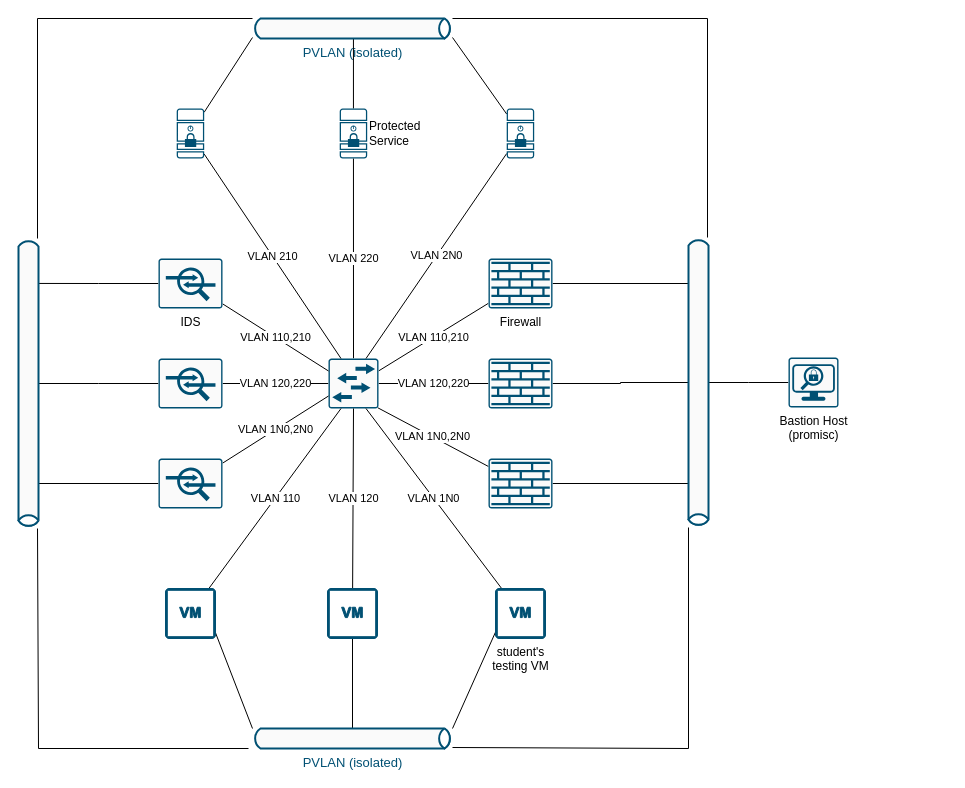
Before: page "lab-fw" (1 of 2) of doc/Firewall-LAB-PW.drawio in cmosek/spzc-lab-fw, a draw.io diagram. Source tidied: cells renumbered, new cells numbered last; positions are measured from the earlier drawing's top-left corner, leaving out a move shared by most shapes. Both pictures are drawn from the tidied source at 100%, with x=0, y=0 at pixel (18, 18).
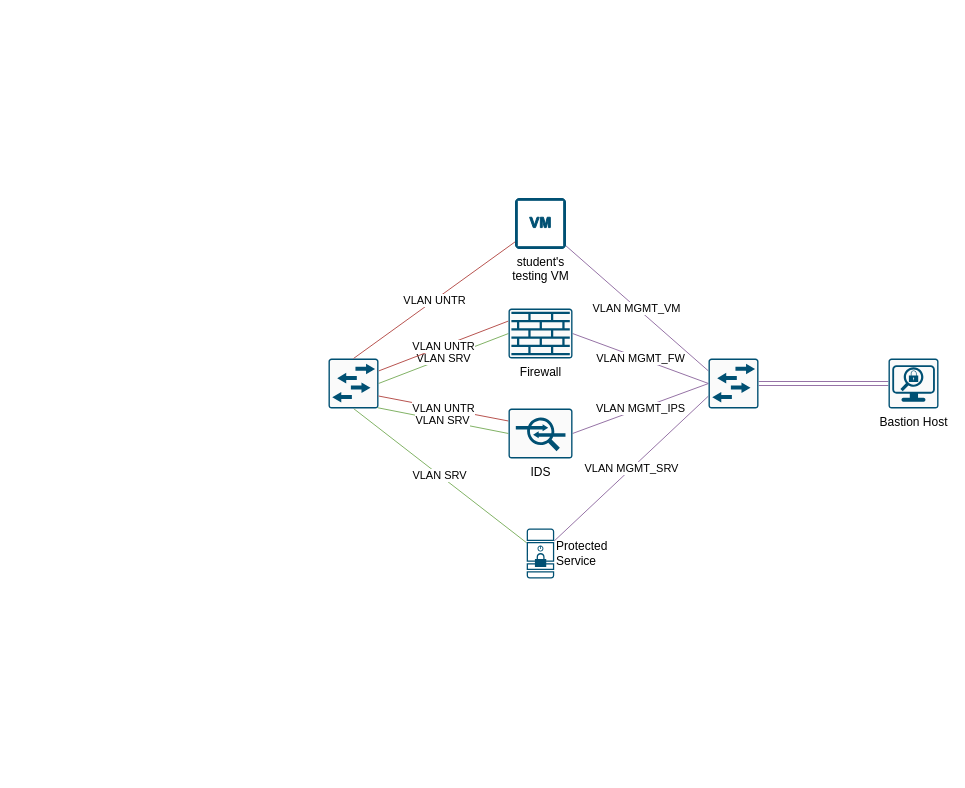
Above is the later version.

Commit message (it also covers changes not shown here):
lab schema

The change refers to these unchanged cells:
```xml
<mxCell id="19" style="points=[[0.015,0.015,0],[0.985,0.015,0],[0.985,0.985,0],[0.015,0.985,0],[0.25,0,0],[0.5,0,0],[0.75,0,0],[1,0.25,0],[1,0.5,0],[1,0.75,0],[0.75,1,0],[0.5,1,0],[0.25,1,0],[0,0.75,0],[0,0.5,0],[0,0.25,0]];verticalLabelPosition=bottom;html=1;verticalAlign=top;align=center;shape=mxgraph.cisco19.rect;prIcon=l2_switch;fillColor=#FAFAFA;strokeColor=#005073;" parent="1" vertex="1">
  <mxGeometry x="310" y="340" width="50" height="50" as="geometry" />
</mxCell>
```

What changed in the source:
```diff
@@
-    <mxCell id="2" style="edgeStyle=none;rounded=0;jettySize=auto;html=1;endArrow=none;endFill=0;strokeColor=#000000;fontSize=13;" parent="1" edge="1" source="4" target="48">
-      <mxGeometry relative="1" as="geometry" />
-    </mxCell>
-    <mxCell id="3" value="VLAN 220" style="edgeStyle=none;rounded=0;jettySize=auto;html=1;entryX=0.5;entryY=0;entryDx=0;entryDy=0;entryPerimeter=0;endArrow=none;endFill=0;strokeColor=#000000;fontSize=11;" parent="1" edge="1" source="4" target="19">
+    <mxCell id="3" value="VLAN SRV" style="edgeStyle=none;rounded=0;jettySize=auto;html=1;entryX=0.5;entryY=1;entryDx=0;entryDy=0;entryPerimeter=0;endArrow=none;endFill=0;strokeColor=#82b366;fontSize=11;fillColor=#d5e8d4;" parent="1" edge="1" source="4" target="19">
       <mxGeometry relative="1" as="geometry" />
     </mxCell>
+    <mxCell id="49" value="VLAN MGMT_SRV" style="edgeStyle=none;rounded=0;jettySize=auto;html=1;exitX=1;exitY=0.25;exitDx=0;exitDy=0;exitPerimeter=0;entryX=0;entryY=0.75;entryDx=0;entryDy=0;entryPerimeter=0;endArrow=none;endFill=0;fillColor=#e1d5e7;strokeColor=#9673a6;" parent="1" edge="1" source="4" target="58">
+      <mxGeometry relative="1" as="geometry" />
+    </mxCell>
     <mxCell id="4" value="&lt;div&gt;Protected &lt;br&gt;&lt;/div&gt;&lt;div&gt;Service&lt;/div&gt;" style="points=[[0.015,0.015,0],[0.985,0.015,0],[0.985,0.985,0],[0.015,0.985,0],[0.25,0,0],[0.5,0,0],[0.75,0,0],[1,0.25,0],[1,0.5,0],[1,0.75,0],[0.75,1,0],[0.5,1,0],[0.25,1,0],[0,0.75,0],[0,0.5,0],[0,0.25,0]];verticalLabelPosition=middle;html=1;verticalAlign=middle;align=left;shape=mxgraph.cisco19.secure_server;fillColor=#005073;strokeColor=none;labelPosition=right;" parent="1" vertex="1">
-      <mxGeometry x="321.2" y="90" width="27.5" height="50" as="geometry" />
+      <mxGeometry x="508.2" y="510" width="27.5" height="50" as="geometry" />
     </mxCell>
-    <mxCell id="5" style="edgeStyle=orthogonalEdgeStyle;rounded=0;jettySize=auto;html=1;entryX=1;entryY=0.5;entryDx=0;entryDy=0;entryPerimeter=0;endArrow=none;endFill=0;strokeColor=#000000;" parent="1" edge="1" source="37" target="8">
-      <mxGeometry relative="1" as="geometry" />
-    </mxCell>
-    <mxCell id="6" style="edgeStyle=none;rounded=0;jettySize=auto;html=1;entryX=1;entryY=0.5;entryDx=0;entryDy=0;entryPerimeter=0;endArrow=none;endFill=0;strokeColor=#000000;" parent="1" edge="1" source="37" target="10">
-      <mxGeometry relative="1" as="geometry" />
-    </mxCell>
-    <mxCell id="7" value="VLAN 120,220" style="edgeStyle=orthogonalEdgeStyle;rounded=0;jettySize=auto;html=1;endArrow=none;endFill=0;entryX=1;entryY=0.5;entryDx=0;entryDy=0;entryPerimeter=0;" parent="1" edge="1" source="8" target="19">
-      <mxGeometry relative="1" as="geometry" />
-    </mxCell>
-    <mxCell id="8" style="points=[[0.015,0.015,0],[0.985,0.015,0],[0.985,0.985,0],[0.015,0.985,0],[0.25,0,0],[0.5,0,0],[0.75,0,0],[1,0.25,0],[1,0.5,0],[1,0.75,0],[0.75,1,0],[0.5,1,0],[0.25,1,0],[0,0.75,0],[0,0.5,0],[0,0.25,0]];verticalLabelPosition=bottom;html=1;verticalAlign=top;align=center;shape=mxgraph.cisco19.rect;prIcon=firewall;fillColor=#FAFAFA;strokeColor=#005073;" parent="1" vertex="1">
-      <mxGeometry x="470" y="340" width="64" height="50" as="geometry" />
-    </mxCell>
-    <mxCell id="9" value="VLAN 1N0,2N0" style="edgeStyle=none;rounded=0;jettySize=auto;html=1;entryX=0.985;entryY=0.985;entryDx=0;entryDy=0;entryPerimeter=0;endArrow=none;endFill=0;strokeColor=#000000;" parent="1" edge="1" source="10" target="19">
-      <mxGeometry relative="1" as="geometry" />
-    </mxCell>
-    <mxCell id="10" style="points=[[0.015,0.015,0],[0.985,0.015,0],[0.985,0.985,0],[0.015,0.985,0],[0.25,0,0],[0.5,0,0],[0.75,0,0],[1,0.25,0],[1,0.5,0],[1,0.75,0],[0.75,1,0],[0.5,1,0],[0.25,1,0],[0,0.75,0],[0,0.5,0],[0,0.25,0]];verticalLabelPosition=bottom;html=1;verticalAlign=top;align=center;shape=mxgraph.cisco19.rect;prIcon=firewall;fillColor=#FAFAFA;strokeColor=#005073;" parent="1" vertex="1">
-      <mxGeometry x="470" y="440" width="64" height="50" as="geometry" />
-    </mxCell>
-    <mxCell id="11" value="VLAN 110,210" style="rounded=0;jettySize=auto;html=1;endArrow=none;endFill=0;strokeColor=#000000;entryX=1;entryY=0.25;entryDx=0;entryDy=0;entryPerimeter=0;" parent="1" edge="1" source="13" target="19">
-      <mxGeometry relative="1" as="geometry" />
-    </mxCell>
-    <mxCell id="12" style="edgeStyle=none;rounded=0;jettySize=auto;html=1;endArrow=none;endFill=0;strokeColor=#000000;exitX=1;exitY=0.5;exitDx=0;exitDy=0;exitPerimeter=0;" parent="1" edge="1" source="13" target="37">
-      <mxGeometry relative="1" as="geometry" />
-    </mxCell>
+    <mxCell id="50" value="VLAN SRV" style="edgeStyle=none;rounded=0;jettySize=auto;html=1;exitX=0;exitY=0.5;exitDx=0;exitDy=0;exitPerimeter=0;entryX=1;entryY=0.5;entryDx=0;entryDy=0;entryPerimeter=0;endArrow=none;endFill=0;fillColor=#d5e8d4;strokeColor=#82b366;" parent="1" edge="1" source="13" target="19">
+      <mxGeometry relative="1" as="geometry" />
+    </mxCell>
+    <mxCell id="51" value="VLAN MGMT_FW" style="edgeStyle=none;rounded=0;jettySize=auto;html=1;exitX=1;exitY=0.5;exitDx=0;exitDy=0;exitPerimeter=0;entryX=0;entryY=0.5;entryDx=0;entryDy=0;entryPerimeter=0;endArrow=none;endFill=0;fillColor=#e1d5e7;strokeColor=#9673a6;" parent="1" edge="1" source="13" target="58">
+      <mxGeometry relative="1" as="geometry" />
+    </mxCell>
+    <mxCell id="52" value="VLAN UNTR" style="edgeStyle=none;rounded=0;jettySize=auto;html=1;exitX=0;exitY=0.25;exitDx=0;exitDy=0;exitPerimeter=0;entryX=1;entryY=0.25;entryDx=0;entryDy=0;entryPerimeter=0;endArrow=none;endFill=0;fillColor=#f8cecc;strokeColor=#b85450;" parent="1" edge="1" source="13" target="19">
+      <mxGeometry relative="1" as="geometry" />
+    </mxCell>
     <mxCell id="13" value="Firewall" style="points=[[0.015,0.015,0],[0.985,0.015,0],[0.985,0.985,0],[0.015,0.985,0],[0.25,0,0],[0.5,0,0],[0.75,0,0],[1,0.25,0],[1,0.5,0],[1,0.75,0],[0.75,1,0],[0.5,1,0],[0.25,1,0],[0,0.75,0],[0,0.5,0],[0,0.25,0]];verticalLabelPosition=bottom;html=1;verticalAlign=top;align=center;shape=mxgraph.cisco19.rect;prIcon=firewall;fillColor=#FAFAFA;strokeColor=#005073;" parent="1" vertex="1">
-      <mxGeometry x="470" y="240" width="64" height="50" as="geometry" />
+      <mxGeometry x="490" y="290" width="64" height="50" as="geometry" />
     </mxCell>
-    <mxCell id="14" value="VLAN 120,220" style="edgeStyle=none;rounded=0;jettySize=auto;html=1;entryX=0;entryY=0.5;entryDx=0;entryDy=0;entryPerimeter=0;endArrow=none;endFill=0;strokeColor=#000000;" parent="1" edge="1" source="16" target="19">
-      <mxGeometry relative="1" as="geometry" />
-    </mxCell>
-    <mxCell id="15" style="edgeStyle=elbowEdgeStyle;rounded=0;jettySize=auto;html=1;entryX=0.5;entryY=0.5;entryDx=0;entryDy=0;endArrow=none;endFill=0;strokeColor=#000000;" parent="1" edge="1" source="16" target="40">
-      <mxGeometry relative="1" as="geometry" />
-    </mxCell>
-    <mxCell id="16" style="points=[[0.015,0.015,0],[0.985,0.015,0],[0.985,0.985,0],[0.015,0.985,0],[0.25,0,0],[0.5,0,0],[0.75,0,0],[1,0.25,0],[1,0.5,0],[1,0.75,0],[0.75,1,0],[0.5,1,0],[0.25,1,0],[0,0.75,0],[0,0.5,0],[0,0.25,0]];verticalLabelPosition=bottom;html=1;verticalAlign=top;align=center;shape=mxgraph.cisco19.rect;prIcon=ips_ids;fillColor=#FAFAFA;strokeColor=#005073;" parent="1" vertex="1">
-      <mxGeometry x="140" y="340" width="64" height="50" as="geometry" />
-    </mxCell>
-    <mxCell id="17" style="edgeStyle=elbowEdgeStyle;rounded=0;jettySize=auto;html=1;entryX=0.5;entryY=0.5;entryDx=0;entryDy=0;endArrow=none;endFill=0;strokeColor=#000000;" parent="1" edge="1" source="18" target="37">
-      <mxGeometry relative="1" as="geometry" />
-    </mxCell>
+    <mxCell id="53" style="edgeStyle=orthogonalEdgeStyle;rounded=0;jettySize=auto;html=1;exitX=0;exitY=0.5;exitDx=0;exitDy=0;exitPerimeter=0;entryX=1;entryY=0.5;entryDx=0;entryDy=0;entryPerimeter=0;endArrow=none;endFill=0;shape=link;fillColor=#e1d5e7;strokeColor=#9673a6;" parent="1" edge="1" source="18" target="58">
+      <mxGeometry relative="1" as="geometry" />
+    </mxCell>
-    <mxCell id="18" value="&lt;div&gt;Bastion Host&lt;/div&gt;&lt;div&gt;(promisc)&lt;br&gt;&lt;/div&gt;" style="points=[[0.015,0.015,0],[0.985,0.015,0],[0.985,0.985,0],[0.015,0.985,0],[0.25,0,0],[0.5,0,0],[0.75,0,0],[1,0.25,0],[1,0.5,0],[1,0.75,0],[0.75,1,0],[0.5,1,0],[0.25,1,0],[0,0.75,0],[0,0.5,0],[0,0.25,0]];verticalLabelPosition=bottom;html=1;verticalAlign=top;align=center;shape=mxgraph.cisco19.rect;prIcon=security_management;fillColor=#FAFAFA;strokeColor=#005073;" parent="1" vertex="1">
-      <mxGeometry x="770" y="339" width="50" height="50" as="geometry" />
+    <mxCell id="18" value="&lt;div&gt;Bastion Host&lt;/div&gt;" style="points=[[0.015,0.015,0],[0.985,0.015,0],[0.985,0.985,0],[0.015,0.985,0],[0.25,0,0],[0.5,0,0],[0.75,0,0],[1,0.25,0],[1,0.5,0],[1,0.75,0],[0.75,1,0],[0.5,1,0],[0.25,1,0],[0,0.75,0],[0,0.5,0],[0,0.25,0]];verticalLabelPosition=bottom;html=1;verticalAlign=top;align=center;shape=mxgraph.cisco19.rect;prIcon=security_management;fillColor=#FAFAFA;strokeColor=#005073;" parent="1" vertex="1">
+      <mxGeometry x="870" y="340" width="50" height="50" as="geometry" />
     </mxCell>
@@
-    <mxCell id="20" value="VLAN 110,210" style="edgeStyle=none;rounded=0;jettySize=auto;html=1;entryX=0;entryY=0.25;entryDx=0;entryDy=0;entryPerimeter=0;endArrow=none;endFill=0;strokeColor=#000000;" parent="1" edge="1" source="22" target="19">
-      <mxGeometry relative="1" as="geometry" />
-    </mxCell>
-    <mxCell id="21" style="edgeStyle=elbowEdgeStyle;rounded=0;jettySize=auto;html=1;entryX=0.155;entryY=0;entryDx=0;entryDy=0;entryPerimeter=0;endArrow=none;endFill=0;strokeColor=#000000;" parent="1" edge="1" source="22" target="40">
-      <mxGeometry relative="1" as="geometry" />
-    </mxCell>
+    <mxCell id="54" value="VLAN UNTR" style="edgeStyle=none;rounded=0;jettySize=auto;html=1;exitX=0;exitY=0.25;exitDx=0;exitDy=0;exitPerimeter=0;entryX=1;entryY=0.75;entryDx=0;entryDy=0;entryPerimeter=0;endArrow=none;endFill=0;fillColor=#f8cecc;strokeColor=#b85450;" parent="1" edge="1" source="22" target="19">
+      <mxGeometry relative="1" as="geometry" />
+    </mxCell>
+    <mxCell id="55" value="VLAN MGMT_IPS" style="edgeStyle=none;rounded=0;jettySize=auto;html=1;exitX=1;exitY=0.5;exitDx=0;exitDy=0;exitPerimeter=0;entryX=0;entryY=0.5;entryDx=0;entryDy=0;entryPerimeter=0;endArrow=none;endFill=0;fillColor=#e1d5e7;strokeColor=#9673a6;" parent="1" edge="1" source="22" target="58">
+      <mxGeometry relative="1" as="geometry" />
+    </mxCell>
+    <mxCell id="56" value="VLAN SRV" style="edgeStyle=none;rounded=0;jettySize=auto;html=1;exitX=0;exitY=0.5;exitDx=0;exitDy=0;exitPerimeter=0;entryX=0.985;entryY=0.985;entryDx=0;entryDy=0;entryPerimeter=0;endArrow=none;endFill=0;fillColor=#d5e8d4;strokeColor=#82b366;" parent="1" edge="1" source="22" target="19">
+      <mxGeometry relative="1" as="geometry" />
+    </mxCell>
     <mxCell id="22" value="IDS" style="points=[[0.015,0.015,0],[0.985,0.015,0],[0.985,0.985,0],[0.015,0.985,0],[0.25,0,0],[0.5,0,0],[0.75,0,0],[1,0.25,0],[1,0.5,0],[1,0.75,0],[0.75,1,0],[0.5,1,0],[0.25,1,0],[0,0.75,0],[0,0.5,0],[0,0.25,0]];verticalLabelPosition=bottom;html=1;verticalAlign=top;align=center;shape=mxgraph.cisco19.rect;prIcon=ips_ids;fillColor=#FAFAFA;strokeColor=#005073;" parent="1" vertex="1">
-      <mxGeometry x="140" y="240" width="64" height="50" as="geometry" />
+      <mxGeometry x="490" y="390" width="64" height="50" as="geometry" />
     </mxCell>
-    <mxCell id="23" value="VLAN 1N0,2N0" style="edgeStyle=none;rounded=0;jettySize=auto;html=1;entryX=0;entryY=0.75;entryDx=0;entryDy=0;entryPerimeter=0;endArrow=none;endFill=0;strokeColor=#000000;" parent="1" edge="1" source="25" target="19">
-      <mxGeometry relative="1" as="geometry" />
-    </mxCell>
-    <mxCell id="24" style="edgeStyle=elbowEdgeStyle;rounded=0;jettySize=auto;html=1;endArrow=none;endFill=0;strokeColor=#000000;" parent="1" edge="1" source="25" target="40">
-      <mxGeometry relative="1" as="geometry">
-        <Array as="points">
-          <mxPoint y="420" />
-        </Array>
-      </mxGeometry>
-    </mxCell>
-    <mxCell id="25" style="points=[[0.015,0.015,0],[0.985,0.015,0],[0.985,0.985,0],[0.015,0.985,0],[0.25,0,0],[0.5,0,0],[0.75,0,0],[1,0.25,0],[1,0.5,0],[1,0.75,0],[0.75,1,0],[0.5,1,0],[0.25,1,0],[0,0.75,0],[0,0.5,0],[0,0.25,0]];verticalLabelPosition=bottom;html=1;verticalAlign=top;align=center;shape=mxgraph.cisco19.rect;prIcon=ips_ids;fillColor=#FAFAFA;strokeColor=#005073;" parent="1" vertex="1">
-      <mxGeometry x="140" y="440" width="64" height="50" as="geometry" />
-    </mxCell>
-    <mxCell id="26" style="edgeStyle=none;rounded=0;jettySize=auto;html=1;endArrow=none;endFill=0;strokeColor=#000000;" parent="1" edge="1" source="30" target="34">
-      <mxGeometry relative="1" as="geometry" />
-    </mxCell>
-    <mxCell id="27" style="edgeStyle=none;rounded=0;jettySize=auto;html=1;endArrow=none;endFill=0;strokeColor=#000000;" parent="1" edge="1" source="30" target="32">
-      <mxGeometry relative="1" as="geometry" />
-    </mxCell>
-    <mxCell id="28" style="edgeStyle=none;rounded=0;jettySize=auto;html=1;endArrow=none;endFill=0;strokeColor=#000000;" parent="1" edge="1" source="30" target="36">
-      <mxGeometry relative="1" as="geometry" />
-    </mxCell>
-    <mxCell id="29" style="edgeStyle=elbowEdgeStyle;rounded=0;jettySize=auto;html=1;endArrow=none;endFill=0;strokeColor=#000000;" parent="1" edge="1" source="30" target="37">
-      <mxGeometry relative="1" as="geometry">
-        <Array as="points">
-          <mxPoint x="670" y="730" />
-        </Array>
-      </mxGeometry>
-    </mxCell>
-    <mxCell id="30" value="&lt;font color=&quot;#005073&quot;&gt;PVLAN (isolated)&lt;br&gt;&lt;/font&gt;" style="html=1;outlineConnect=0;gradientColor=none;gradientDirection=north;strokeWidth=2;shape=mxgraph.networks.bus;gradientColor=none;gradientDirection=north;fontColor=#ffffff;perimeter=backbonePerimeter;backboneSize=20;fillColor=#FAFAFA;strokeColor=#005073;points=[[0,0.2],[0.5,0],[1,0.2]];labelPosition=center;verticalLabelPosition=bottom;align=center;verticalAlign=top;fontSize=13;" parent="1" vertex="1">
-      <mxGeometry x="234" y="710" width="200" height="20" as="geometry" />
-    </mxCell>
-    <mxCell id="31" value="VLAN 120" style="edgeStyle=none;rounded=0;jettySize=auto;html=1;entryX=0.5;entryY=1;entryDx=0;entryDy=0;entryPerimeter=0;endArrow=none;endFill=0;strokeColor=#000000;" parent="1" edge="1" source="32" target="19">
-      <mxGeometry relative="1" as="geometry" />
-    </mxCell>
-    <mxCell id="32" style="shadow=0;dashed=0;html=1;labelPosition=center;verticalLabelPosition=bottom;verticalAlign=top;align=center;outlineConnect=0;shape=mxgraph.vvd.virtual_machine;strokeColor=#005073;fillColor=#005073;" parent="1" vertex="1">
-      <mxGeometry x="309" y="570" width="50" height="50" as="geometry" />
-    </mxCell>
-    <mxCell id="33" value="VLAN 110" style="edgeStyle=none;rounded=0;jettySize=auto;html=1;entryX=0.25;entryY=1;entryDx=0;entryDy=0;entryPerimeter=0;endArrow=none;endFill=0;strokeColor=#000000;" parent="1" edge="1" source="34" target="19">
-      <mxGeometry relative="1" as="geometry" />
-    </mxCell>
-    <mxCell id="34" style="shadow=0;dashed=0;html=1;labelPosition=center;verticalLabelPosition=bottom;verticalAlign=top;align=center;outlineConnect=0;shape=mxgraph.vvd.virtual_machine;strokeColor=#005073;fillColor=#005073;" parent="1" vertex="1">
-      <mxGeometry x="147" y="570" width="50" height="50" as="geometry" />
-    </mxCell>
-    <mxCell id="35" value="VLAN 1N0" style="edgeStyle=none;rounded=0;jettySize=auto;html=1;entryX=0.75;entryY=1;entryDx=0;entryDy=0;entryPerimeter=0;endArrow=none;endFill=0;strokeColor=#000000;" parent="1" edge="1" source="36" target="19">
+    <mxCell id="35" value="VLAN UNTR" style="rounded=0;jettySize=auto;html=1;entryX=0.5;entryY=0;entryDx=0;entryDy=0;entryPerimeter=0;endArrow=none;endFill=0;fillColor=#f8cecc;strokeColor=#b85450;" parent="1" edge="1" source="36" target="19">
       <mxGeometry relative="1" as="geometry" />
     </mxCell>
+    <mxCell id="57" value="VLAN MGMT_VM" style="edgeStyle=none;rounded=0;jettySize=auto;html=1;entryX=0;entryY=0.25;entryDx=0;entryDy=0;entryPerimeter=0;endArrow=none;endFill=0;fillColor=#e1d5e7;strokeColor=#9673a6;" parent="1" edge="1" source="36" target="58">
+      <mxGeometry relative="1" as="geometry" />
+    </mxCell>
     <mxCell id="36" value="&lt;div&gt;student's &lt;br&gt;&lt;/div&gt;&lt;div&gt;testing VM&lt;br&gt;&lt;/div&gt;" style="shadow=0;dashed=0;html=1;labelPosition=center;verticalLabelPosition=bottom;verticalAlign=top;align=center;outlineConnect=0;shape=mxgraph.vvd.virtual_machine;strokeColor=#005073;fillColor=#005073;" parent="1" vertex="1">
-      <mxGeometry x="477" y="570" width="50" height="50" as="geometry" />
+      <mxGeometry x="497" y="180" width="50" height="50" as="geometry" />
     </mxCell>
-    <mxCell id="37" style="html=1;outlineConnect=0;gradientColor=none;gradientDirection=north;strokeWidth=2;shape=mxgraph.networks.bus;gradientColor=none;gradientDirection=north;fontColor=#ffffff;perimeter=backbonePerimeter;backboneSize=20;fillColor=#FAFAFA;strokeColor=#005073;direction=south;points=[[0.5,0.5],[0,0.5]];" parent="1" vertex="1">
-      <mxGeometry x="670" y="219" width="20" height="290" as="geometry" />
-    </mxCell>
-    <mxCell id="38" style="edgeStyle=elbowEdgeStyle;rounded=0;jettySize=auto;html=1;endArrow=none;endFill=0;strokeColor=#000000;" parent="1" edge="1" source="40">
-      <mxGeometry relative="1" as="geometry">
-        <mxPoint x="230" y="730" as="targetPoint" />
-        <Array as="points">
-          <mxPoint x="20" y="730" />
-        </Array>
-      </mxGeometry>
-    </mxCell>
-    <mxCell id="39" style="edgeStyle=elbowEdgeStyle;rounded=0;jettySize=auto;html=1;entryX=0;entryY=0.2;entryDx=0;entryDy=0;endArrow=none;endFill=0;strokeColor=#000000;fontSize=11;elbow=vertical;exitX=0;exitY=0.5;exitDx=0;exitDy=0;" parent="1" edge="1" source="40" target="48">
-      <mxGeometry relative="1" as="geometry">
-        <Array as="points">
-          <mxPoint />
-        </Array>
-      </mxGeometry>
-    </mxCell>
-    <mxCell id="40" style="html=1;outlineConnect=0;gradientColor=none;gradientDirection=north;strokeWidth=2;shape=mxgraph.networks.bus;gradientColor=none;gradientDirection=north;fontColor=#ffffff;perimeter=backbonePerimeter;backboneSize=20;fillColor=#FAFAFA;strokeColor=#005073;direction=south;points=[[0.5,0.5],[0,0.5]];" parent="1" vertex="1">
-      <mxGeometry y="220" width="20" height="290" as="geometry" />
-    </mxCell>
-    <mxCell id="41" style="edgeStyle=none;rounded=0;jettySize=auto;html=1;endArrow=none;endFill=0;strokeColor=#000000;fontSize=13;" parent="1" edge="1" source="43" target="48">
-      <mxGeometry relative="1" as="geometry" />
-    </mxCell>
-    <mxCell id="42" value="VLAN 2N0" style="edgeStyle=none;rounded=0;jettySize=auto;html=1;entryX=0.75;entryY=0;entryDx=0;entryDy=0;entryPerimeter=0;endArrow=none;endFill=0;strokeColor=#000000;fontSize=11;" parent="1" edge="1" source="43" target="19">
-      <mxGeometry relative="1" as="geometry" />
-    </mxCell>
-    <mxCell id="43" style="points=[[0.015,0.015,0],[0.985,0.015,0],[0.985,0.985,0],[0.015,0.985,0],[0.25,0,0],[0.5,0,0],[0.75,0,0],[1,0.25,0],[1,0.5,0],[1,0.75,0],[0.75,1,0],[0.5,1,0],[0.25,1,0],[0,0.75,0],[0,0.5,0],[0,0.25,0]];verticalLabelPosition=bottom;html=1;verticalAlign=top;align=center;shape=mxgraph.cisco19.secure_server;fillColor=#005073;strokeColor=none;" parent="1" vertex="1">
-      <mxGeometry x="488.2" y="90" width="27.5" height="50" as="geometry" />
-    </mxCell>
-    <mxCell id="44" style="edgeStyle=none;rounded=0;jettySize=auto;html=1;endArrow=none;endFill=0;strokeColor=#000000;fontSize=13;" parent="1" edge="1" source="46" target="48">
-      <mxGeometry relative="1" as="geometry" />
-    </mxCell>
-    <mxCell id="45" value="VLAN 210" style="edgeStyle=none;rounded=0;jettySize=auto;html=1;entryX=0.25;entryY=0;entryDx=0;entryDy=0;entryPerimeter=0;endArrow=none;endFill=0;strokeColor=#000000;fontSize=11;" parent="1" edge="1" source="46" target="19">
-      <mxGeometry relative="1" as="geometry" />
-    </mxCell>
-    <mxCell id="46" style="points=[[0.015,0.015,0],[0.985,0.015,0],[0.985,0.985,0],[0.015,0.985,0],[0.25,0,0],[0.5,0,0],[0.75,0,0],[1,0.25,0],[1,0.5,0],[1,0.75,0],[0.75,1,0],[0.5,1,0],[0.25,1,0],[0,0.75,0],[0,0.5,0],[0,0.25,0]];verticalLabelPosition=bottom;html=1;verticalAlign=top;align=center;shape=mxgraph.cisco19.secure_server;fillColor=#005073;strokeColor=none;" parent="1" vertex="1">
-      <mxGeometry x="158.2" y="90" width="27.5" height="50" as="geometry" />
-    </mxCell>
-    <mxCell id="47" style="edgeStyle=elbowEdgeStyle;rounded=0;jettySize=auto;elbow=vertical;html=1;exitX=1;exitY=0.2;exitDx=0;exitDy=0;entryX=0;entryY=0.5;entryDx=0;entryDy=0;endArrow=none;endFill=0;strokeColor=#000000;fontSize=11;" parent="1" edge="1" source="48" target="37">
-      <mxGeometry relative="1" as="geometry">
-        <Array as="points">
-          <mxPoint x="570" />
-        </Array>
-      </mxGeometry>
-    </mxCell>
-    <mxCell id="48" value="&lt;font color=&quot;#005073&quot;&gt;PVLAN (isolated)&lt;br&gt;&lt;/font&gt;" style="html=1;outlineConnect=0;gradientColor=none;gradientDirection=north;strokeWidth=2;shape=mxgraph.networks.bus;gradientColor=none;gradientDirection=north;fontColor=#ffffff;perimeter=backbonePerimeter;backboneSize=20;fillColor=#FAFAFA;strokeColor=#005073;points=[[0,0.2],[0.5,0],[1,0.2]];labelPosition=center;verticalLabelPosition=bottom;align=center;verticalAlign=top;fontSize=13;" parent="1" vertex="1">
-      <mxGeometry x="234" width="200" height="20" as="geometry" />
-    </mxCell>
+    <mxCell id="58" style="points=[[0.015,0.015,0],[0.985,0.015,0],[0.985,0.985,0],[0.015,0.985,0],[0.25,0,0],[0.5,0,0],[0.75,0,0],[1,0.25,0],[1,0.5,0],[1,0.75,0],[0.75,1,0],[0.5,1,0],[0.25,1,0],[0,0.75,0],[0,0.5,0],[0,0.25,0]];verticalLabelPosition=bottom;html=1;verticalAlign=top;align=center;shape=mxgraph.cisco19.rect;prIcon=l2_switch;fillColor=#FAFAFA;strokeColor=#005073;" parent="1" vertex="1">
+      <mxGeometry x="690" y="340" width="50" height="50" as="geometry" />
+    </mxCell>
```
